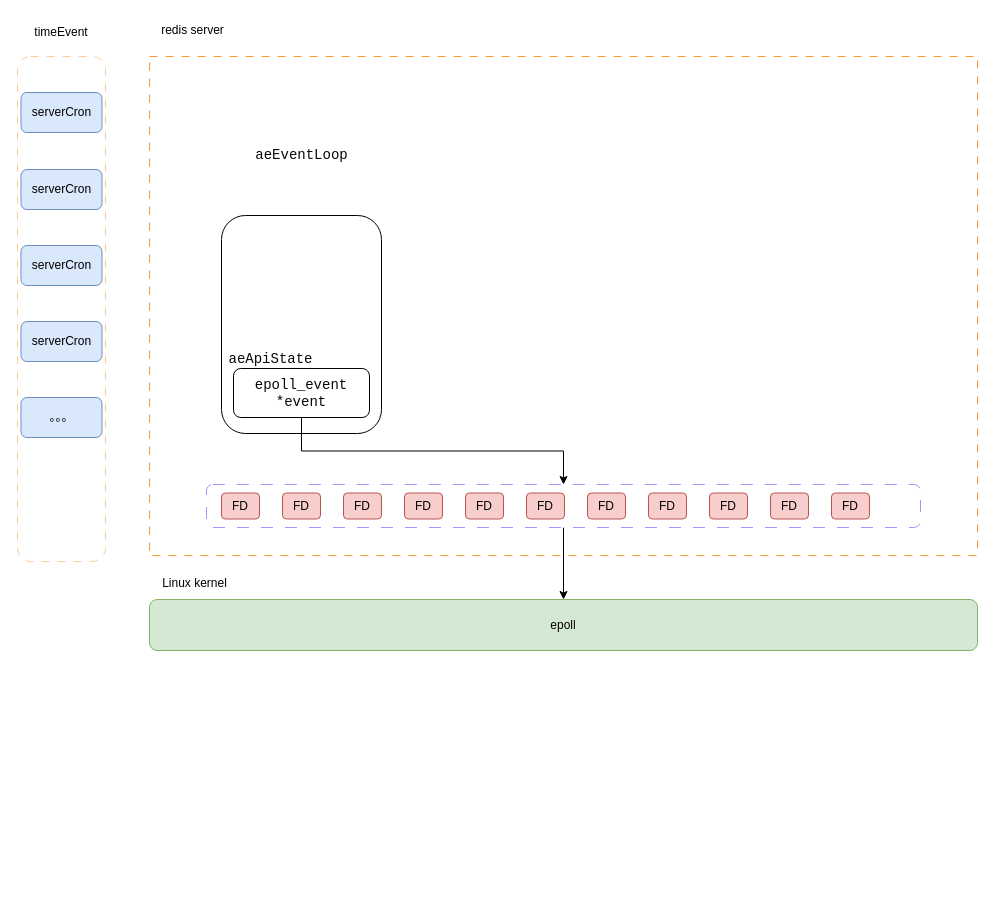
This is redis/redis源码分析.drawio from xmopen/drawio, a draw.io file, before an edit. Source tidied: cells renumbered, new cells numbered last; positions are measured from the earlier drawing's top-left corner, leaving out a move shared by most shapes. Both pictures are drawn from the tidied source at 100%, with x=0, y=0 at pixel (17, 17).
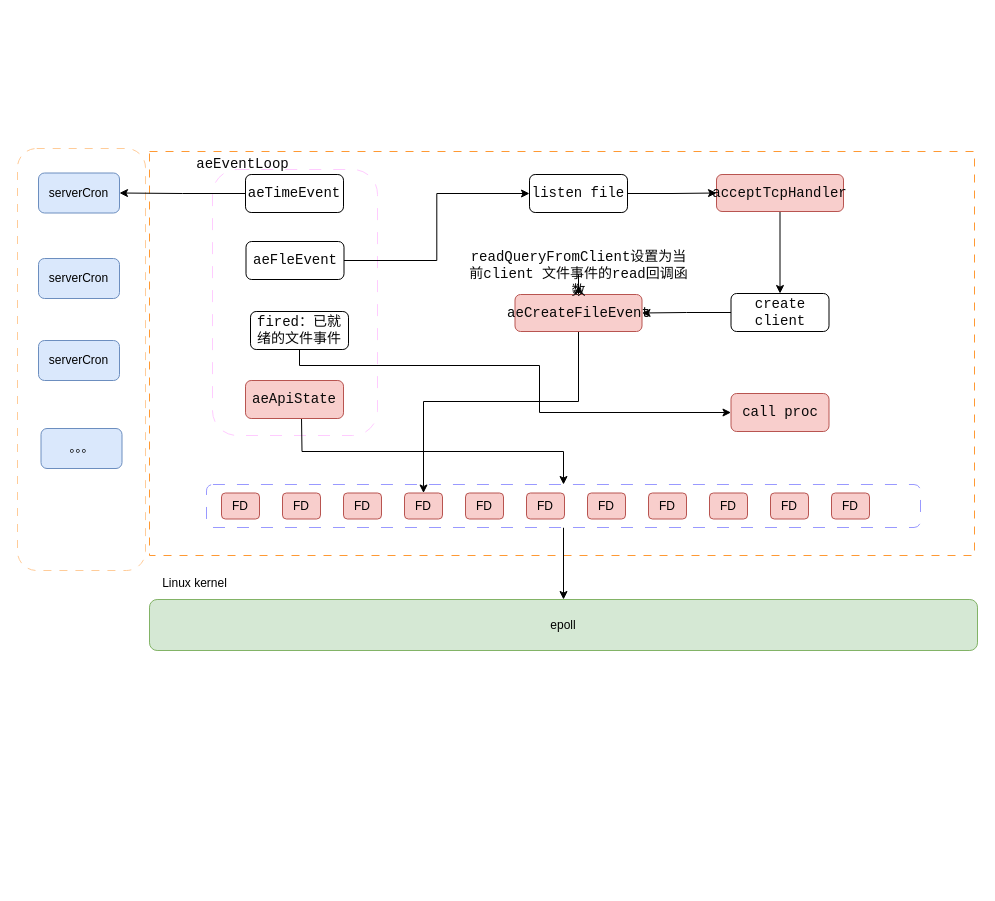
The same diagram, later.

Commit message:
更新redis源码分析.drawio

The change refers to these unchanged cells:
```xml
<mxCell id="13" style="rounded=1;whiteSpace=wrap;html=1;dashed=1;dashPattern=12 12;strokeColor=#9999FF;" parent="1" vertex="1">
  <mxGeometry x="189" y="467" width="714" height="43" as="geometry" />
</mxCell>
<mxCell id="18" value="FD" style="rounded=1;whiteSpace=wrap;html=1;fillColor=#f8cecc;strokeColor=#b85450;" parent="1" vertex="1">
  <mxGeometry x="387" y="475.5" width="38" height="26" as="geometry" />
</mxCell>
```

Change to the diagram source:
```diff
@@
     <mxCell id="2" style="rounded=0;whiteSpace=wrap;html=1;dashed=1;dashPattern=8 8;strokeColor=#FF9933;" parent="1" vertex="1">
-      <mxGeometry x="132" y="39" width="828" height="499" as="geometry" />
+      <mxGeometry x="132" y="134" width="825" height="404" as="geometry" />
     </mxCell>
-    <mxCell id="3" value="redis server" style="text;html=1;strokeColor=none;fillColor=none;align=center;verticalAlign=middle;whiteSpace=wrap;rounded=0;" parent="1" vertex="1">
-      <mxGeometry x="134" width="83" height="26" as="geometry" />
-    </mxCell>
+    <mxCell id="26" style="rounded=1;whiteSpace=wrap;html=1;dashed=1;dashPattern=12 12;strokeColor=#FFCCFF;" parent="1" vertex="1">
+      <mxGeometry x="195" y="152" width="165" height="266" as="geometry" />
+    </mxCell>
     <mxCell id="4" style="rounded=1;whiteSpace=wrap;html=1;dashed=1;dashPattern=8 8;strokeColor=#FFCC99;" parent="1" vertex="1">
-      <mxGeometry y="39" width="88" height="505" as="geometry" />
+      <mxGeometry y="131" width="128" height="422" as="geometry" />
     </mxCell>
-    <mxCell id="5" value="serverCron" style="rounded=1;whiteSpace=wrap;html=1;fillColor=#dae8fc;strokeColor=#6c8ebf;" parent="1" vertex="1">
-      <mxGeometry x="3.5" y="152" width="81" height="40" as="geometry" />
-    </mxCell>
-    <mxCell id="6" value="timeEvent" style="text;html=1;strokeColor=none;fillColor=none;align=center;verticalAlign=middle;whiteSpace=wrap;rounded=0;" parent="1" vertex="1">
-      <mxGeometry x="14" width="60" height="30" as="geometry" />
-    </mxCell>
     <mxCell id="7" value="serverCron" style="rounded=1;whiteSpace=wrap;html=1;fillColor=#dae8fc;strokeColor=#6c8ebf;" parent="1" vertex="1">
-      <mxGeometry x="3.5" y="228" width="81" height="40" as="geometry" />
+      <mxGeometry x="21" y="241" width="81" height="40" as="geometry" />
     </mxCell>
     <mxCell id="8" value="serverCron" style="rounded=1;whiteSpace=wrap;html=1;fillColor=#dae8fc;strokeColor=#6c8ebf;" parent="1" vertex="1">
-      <mxGeometry x="3.5" y="304" width="81" height="40" as="geometry" />
+      <mxGeometry x="21" y="323" width="81" height="40" as="geometry" />
     </mxCell>
     <mxCell id="9" value="serverCron" style="rounded=1;whiteSpace=wrap;html=1;fillColor=#dae8fc;strokeColor=#6c8ebf;" parent="1" vertex="1">
-      <mxGeometry x="3.5" y="75" width="81" height="40" as="geometry" />
+      <mxGeometry x="21" y="155.5" width="81" height="40" as="geometry" />
     </mxCell>
@@
     <mxCell id="14" value="&lt;div style=&quot;color: rgb(8, 8, 8); font-family: &amp;quot;JetBrains Mono&amp;quot;, monospace; font-size: 10.5pt;&quot;&gt;aeEventLoop&lt;/div&gt;" style="text;html=1;strokeColor=none;fillColor=none;align=center;verticalAlign=middle;whiteSpace=wrap;rounded=0;" parent="1" vertex="1">
-      <mxGeometry x="235.5" y="118" width="97" height="39" as="geometry" />
+      <mxGeometry x="177" y="127" width="97" height="39" as="geometry" />
     </mxCell>
@@
-    <mxCell id="26" style="rounded=1;whiteSpace=wrap;html=1;" parent="1" vertex="1">
-      <mxGeometry x="204" y="198" width="160" height="218" as="geometry" />
-    </mxCell>
-    <mxCell id="27" style="edgeStyle=orthogonalEdgeStyle;rounded=0;jettySize=auto;html=1;entryX=0.5;entryY=0;entryDx=0;entryDy=0;" parent="1" edge="1" source="28" target="13">
-      <mxGeometry relative="1" as="geometry" />
+    <mxCell id="27" style="edgeStyle=orthogonalEdgeStyle;rounded=0;jettySize=auto;html=1;entryX=0.5;entryY=0;entryDx=0;entryDy=0;" parent="1" edge="1" target="13">
+      <mxGeometry relative="1" as="geometry">
+        <mxPoint x="284" y="400" as="sourcePoint" />
+      </mxGeometry>
     </mxCell>
-    <mxCell id="28" value="&lt;div style=&quot;color: rgb(8, 8, 8); font-family: &amp;quot;JetBrains Mono&amp;quot;, monospace; font-size: 10.5pt;&quot;&gt;epoll_event *event&lt;/div&gt;" style="rounded=1;whiteSpace=wrap;html=1;" parent="1" vertex="1">
-      <mxGeometry x="216" y="351" width="136" height="49" as="geometry" />
-    </mxCell>
-    <mxCell id="29" value="&lt;div style=&quot;color: rgb(8, 8, 8); font-family: &amp;quot;JetBrains Mono&amp;quot;, monospace; font-size: 10.5pt;&quot;&gt;aeApiState&lt;/div&gt;" style="text;html=1;strokeColor=none;fillColor=none;align=center;verticalAlign=middle;whiteSpace=wrap;rounded=0;" parent="1" vertex="1">
+    <mxCell id="29" value="&lt;div style=&quot;color: rgb(8, 8, 8); font-family: &amp;quot;JetBrains Mono&amp;quot;, monospace; font-size: 10.5pt;&quot;&gt;&lt;br&gt;&lt;/div&gt;" style="text;html=1;strokeColor=none;fillColor=none;align=center;verticalAlign=middle;whiteSpace=wrap;rounded=0;" parent="1" vertex="1">
       <mxGeometry x="208" y="326" width="91" height="32" as="geometry" />
     </mxCell>
     <mxCell id="30" value="。。。" style="rounded=1;whiteSpace=wrap;html=1;fillColor=#dae8fc;strokeColor=#6c8ebf;" parent="1" vertex="1">
-      <mxGeometry x="3.5" y="380" width="81" height="40" as="geometry" />
+      <mxGeometry x="23.5" y="411" width="81" height="40" as="geometry" />
     </mxCell>
+    <mxCell id="31" style="edgeStyle=orthogonalEdgeStyle;rounded=0;jettySize=auto;html=1;entryX=1;entryY=0.5;entryDx=0;entryDy=0;" parent="1" edge="1" source="32" target="9">
+      <mxGeometry relative="1" as="geometry" />
+    </mxCell>
+    <mxCell id="32" value="&lt;div style=&quot;color: rgb(8, 8, 8); font-family: &amp;quot;JetBrains Mono&amp;quot;, monospace; font-size: 10.5pt;&quot;&gt;aeTimeEvent&lt;/div&gt;" style="rounded=1;whiteSpace=wrap;html=1;" parent="1" vertex="1">
+      <mxGeometry x="228" y="157" width="98" height="38" as="geometry" />
+    </mxCell>
+    <mxCell id="33" style="edgeStyle=orthogonalEdgeStyle;rounded=0;jettySize=auto;html=1;entryX=0;entryY=0.5;entryDx=0;entryDy=0;" parent="1" edge="1" source="34" target="37">
+      <mxGeometry relative="1" as="geometry" />
+    </mxCell>
+    <mxCell id="34" value="&lt;div style=&quot;color: rgb(8, 8, 8); font-family: &amp;quot;JetBrains Mono&amp;quot;, monospace; font-size: 10.5pt;&quot;&gt;aeFleEvent&lt;/div&gt;" style="rounded=1;whiteSpace=wrap;html=1;" parent="1" vertex="1">
+      <mxGeometry x="228.5" y="224" width="98" height="38" as="geometry" />
+    </mxCell>
+    <mxCell id="35" value="&lt;div style=&quot;color: rgb(8, 8, 8); font-family: &amp;quot;JetBrains Mono&amp;quot;, monospace; font-size: 10.5pt;&quot;&gt;aeApiState&lt;br&gt;&lt;/div&gt;" style="rounded=1;whiteSpace=wrap;html=1;fillColor=#f8cecc;strokeColor=#b85450;" parent="1" vertex="1">
+      <mxGeometry x="228" y="363" width="98" height="38" as="geometry" />
+    </mxCell>
+    <mxCell id="36" style="edgeStyle=orthogonalEdgeStyle;rounded=0;jettySize=auto;html=1;" parent="1" edge="1" source="37" target="41">
+      <mxGeometry relative="1" as="geometry" />
+    </mxCell>
+    <mxCell id="37" value="&lt;div style=&quot;color: rgb(8, 8, 8); font-family: &amp;quot;JetBrains Mono&amp;quot;, monospace; font-size: 10.5pt;&quot;&gt;listen file&lt;/div&gt;" style="rounded=1;whiteSpace=wrap;html=1;" parent="1" vertex="1">
+      <mxGeometry x="512" y="157" width="98" height="38" as="geometry" />
+    </mxCell>
+    <mxCell id="38" style="edgeStyle=orthogonalEdgeStyle;rounded=0;jettySize=auto;html=1;" parent="1" edge="1" source="39" target="45">
+      <mxGeometry relative="1" as="geometry" />
+    </mxCell>
+    <mxCell id="39" value="&lt;div style=&quot;color: rgb(8, 8, 8); font-family: &amp;quot;JetBrains Mono&amp;quot;, monospace; font-size: 10.5pt;&quot;&gt;create client&lt;/div&gt;" style="rounded=1;whiteSpace=wrap;html=1;" parent="1" vertex="1">
+      <mxGeometry x="713.5" y="276" width="98" height="38" as="geometry" />
+    </mxCell>
+    <mxCell id="40" style="edgeStyle=orthogonalEdgeStyle;rounded=0;jettySize=auto;html=1;" parent="1" edge="1" source="41" target="39">
+      <mxGeometry relative="1" as="geometry" />
+    </mxCell>
+    <mxCell id="41" value="&lt;div style=&quot;color: rgb(8, 8, 8); font-family: &amp;quot;JetBrains Mono&amp;quot;, monospace; font-size: 10.5pt;&quot;&gt;acceptTcpHandler&lt;/div&gt;" style="rounded=1;whiteSpace=wrap;html=1;fillColor=#f8cecc;strokeColor=#b85450;" parent="1" vertex="1">
+      <mxGeometry x="699" y="157" width="127" height="37" as="geometry" />
+    </mxCell>
+    <mxCell id="42" value="&lt;div style=&quot;color: rgb(8, 8, 8); font-family: &amp;quot;JetBrains Mono&amp;quot;, monospace; font-size: 10.5pt;&quot;&gt;&lt;br&gt;&lt;/div&gt;" style="text;html=1;align=center;verticalAlign=middle;strokeColor=none;fillColor=none;" parent="1" vertex="1">
+      <mxGeometry x="721" y="838" width="18" height="29" as="geometry" />
+    </mxCell>
+    <mxCell id="43" style="edgeStyle=orthogonalEdgeStyle;rounded=0;jettySize=auto;html=1;" parent="1" edge="1" source="45" target="46">
+      <mxGeometry relative="1" as="geometry" />
+    </mxCell>
+    <mxCell id="44" style="edgeStyle=orthogonalEdgeStyle;rounded=0;jettySize=auto;html=1;" parent="1" edge="1" source="45" target="18">
+      <mxGeometry relative="1" as="geometry">
+        <Array as="points">
+          <mxPoint x="561" y="384" />
+          <mxPoint x="406" y="384" />
+        </Array>
+      </mxGeometry>
+    </mxCell>
+    <mxCell id="45" value="&lt;div style=&quot;color: rgb(8, 8, 8); font-family: &amp;quot;JetBrains Mono&amp;quot;, monospace; font-size: 10.5pt;&quot;&gt;aeCreateFileEvent&lt;br&gt;&lt;/div&gt;" style="rounded=1;whiteSpace=wrap;html=1;fillColor=#f8cecc;strokeColor=#b85450;" parent="1" vertex="1">
+      <mxGeometry x="497.5" y="277" width="127" height="37" as="geometry" />
+    </mxCell>
+    <mxCell id="46" value="&lt;div style=&quot;color: rgb(8, 8, 8); font-family: &amp;quot;JetBrains Mono&amp;quot;, monospace; font-size: 10.5pt;&quot;&gt;readQueryFromClient设置为当前client 文件事件的read回调函数&lt;/div&gt;" style="text;html=1;strokeColor=none;fillColor=none;align=center;verticalAlign=middle;whiteSpace=wrap;rounded=0;" parent="1" vertex="1">
+      <mxGeometry x="447.5" y="245" width="227" height="23" as="geometry" />
+    </mxCell>
+    <mxCell id="47" style="edgeStyle=orthogonalEdgeStyle;rounded=0;jettySize=auto;html=1;entryX=0;entryY=0.5;entryDx=0;entryDy=0;" parent="1" edge="1" source="48" target="49">
+      <mxGeometry relative="1" as="geometry">
+        <Array as="points">
+          <mxPoint x="282" y="348" />
+          <mxPoint x="522" y="348" />
+          <mxPoint x="522" y="395" />
+        </Array>
+      </mxGeometry>
+    </mxCell>
+    <mxCell id="48" value="&lt;div style=&quot;color: rgb(8, 8, 8); font-family: &amp;quot;JetBrains Mono&amp;quot;, monospace; font-size: 10.5pt;&quot;&gt;&lt;div style=&quot;font-size: 10.5pt;&quot;&gt;fired：已就绪的文件事件&lt;/div&gt;&lt;/div&gt;" style="rounded=1;whiteSpace=wrap;html=1;" parent="1" vertex="1">
+      <mxGeometry x="233" y="294" width="98" height="38" as="geometry" />
+    </mxCell>
+    <mxCell id="49" value="&lt;div style=&quot;color: rgb(8, 8, 8); font-family: &amp;quot;JetBrains Mono&amp;quot;, monospace; font-size: 10.5pt;&quot;&gt;call proc&lt;/div&gt;" style="rounded=1;whiteSpace=wrap;html=1;fillColor=#f8cecc;strokeColor=#b85450;" parent="1" vertex="1">
+      <mxGeometry x="713.5" y="376" width="98" height="38" as="geometry" />
+    </mxCell>
```
